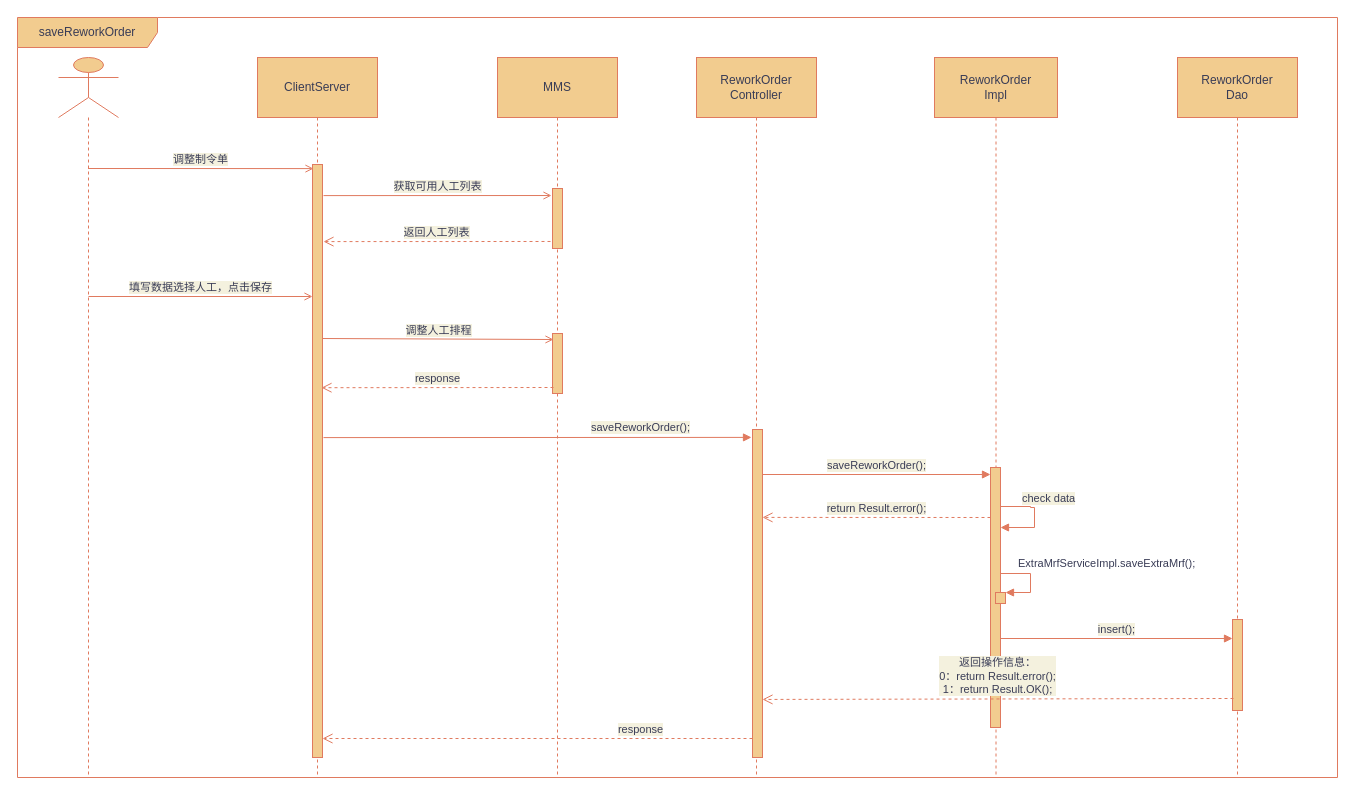
Earlier version of the draw.io diagram page "返工单" (4 of 6) of 时序图.drawio (KNAI-I/test). Source tidied: cells renumbered, new cells numbered last; positions are measured from the earlier drawing's top-left corner, leaving out a move shared by most shapes. Both pictures are drawn from the tidied source at 100%, with x=0, y=0 at pixel (17, 17).
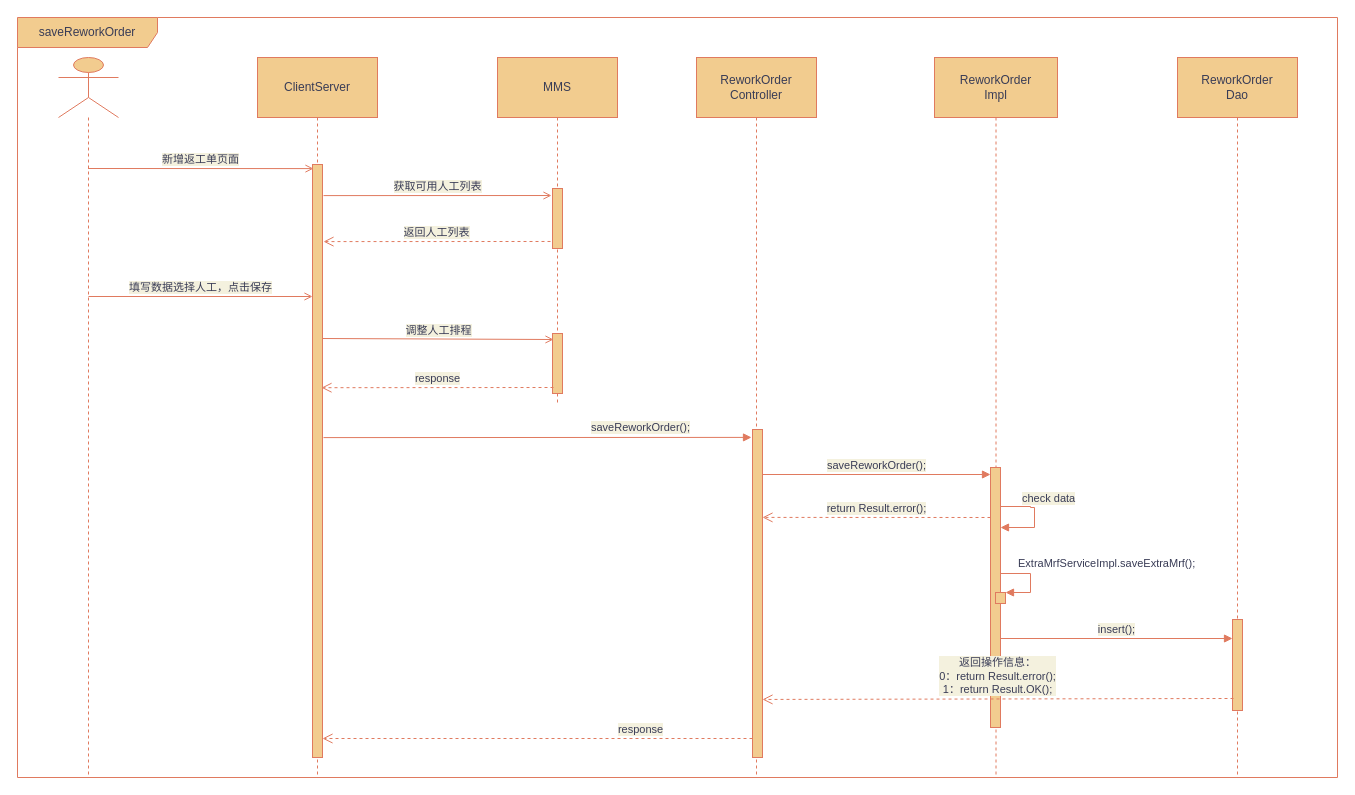
The same page after the edit.

Commit message:
更新时序图.drawio

Change to the diagram source:
```diff
@@
-    <mxCell id="6" value="调整制令单" style="html=1;verticalAlign=bottom;endArrow=open;rounded=0;endFill=0;entryX=0;entryY=-0.002;entryDx=0;entryDy=0;entryPerimeter=0;labelBackgroundColor=#F4F1DE;strokeColor=#E07A5F;fontColor=#393C56;" parent="1" edge="1">
+    <mxCell id="6" value="新增返工单页面" style="html=1;verticalAlign=bottom;endArrow=open;rounded=0;endFill=0;entryX=0;entryY=-0.002;entryDx=0;entryDy=0;entryPerimeter=0;labelBackgroundColor=#F4F1DE;strokeColor=#E07A5F;fontColor=#393C56;" parent="1" edge="1">
       <mxGeometry relative="1" as="geometry">
         <mxPoint x="70.5" y="151" as="sourcePoint" />
         <mxPoint x="296" y="151.1" as="targetPoint" />
       </mxGeometry>
     </mxCell>
@@
     <mxCell id="19" value="MMS" style="shape=umlLifeline;perimeter=lifelinePerimeter;whiteSpace=wrap;html=1;size=60;fillColor=#F2CC8F;strokeColor=#E07A5F;fontColor=#393C56;" parent="1" vertex="1">
-      <mxGeometry x="480" y="40" width="120" height="720" as="geometry" />
+      <mxGeometry x="480" y="40" width="120" height="347" as="geometry" />
     </mxCell>
```
